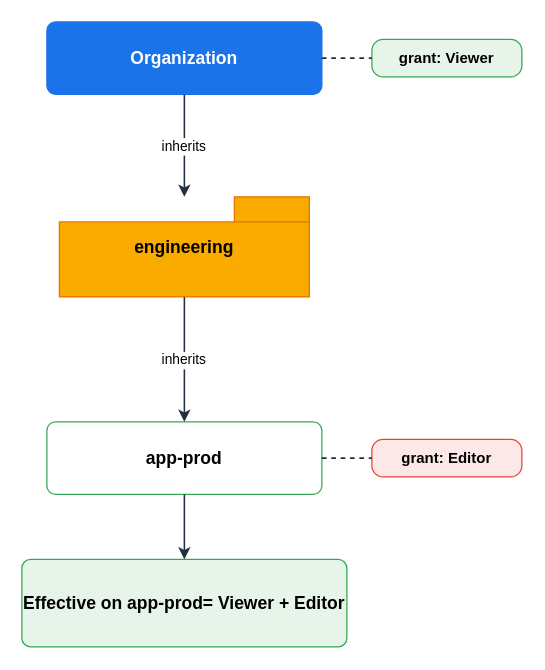
Above: assets/img/gcp/gcp-iam-inheritance.drawio in KKamJi98/kkamji98.github.io (draw.io), before the change. Source tidied: cells renumbered, new cells numbered last; positions are measured from the earlier drawing's top-left corner, leaving out a move shared by most shapes. Both pictures are drawn from the tidied source at 125%, with x=0, y=0 at pixel (21, 21).
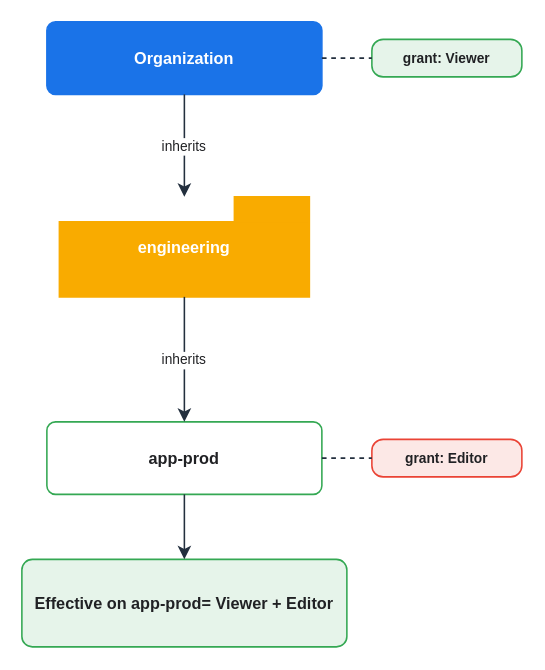
Above is the later version.

What changed in the source:
```diff
@@
 <mxGraphModel background="#FFFFFF">
   <root>
     <mxCell id="0" />
     <mxCell id="1" parent="0" />
-    <mxCell id="2" value="Organization" style="rounded=1;arcSize=12;whiteSpace=wrap;html=0;fillColor=#1A73E8;strokeColor=#1A73E8;fontColor=#FFFFFF;fontSize=14;fontStyle=1;verticalAlign=middle;align=center;" parent="1" vertex="1">
+    <mxCell id="2" value="Organization" style="rounded=1;arcSize=12;whiteSpace=wrap;html=0;fillColor=#1A73E8;strokeColor=#1A73E8;fontColor=#FFFFFF;fontSize=13;fontStyle=1;verticalAlign=middle;align=center;strokeWidth=1.25;" parent="1" vertex="1">
       <mxGeometry x="20" width="220" height="58" as="geometry" />
     </mxCell>
-    <mxCell id="3" value="grant: Viewer" style="rounded=1;arcSize=30;whiteSpace=wrap;html=0;fillColor=#E6F4EA;strokeColor=#34A853;fontColor=#000000;fontSize=12;fontStyle=1;verticalAlign=middle;align=center;" parent="1" vertex="1">
+    <mxCell id="3" value="grant: Viewer" style="rounded=1;arcSize=30;whiteSpace=wrap;html=0;fillColor=#E6F4EA;strokeColor=#34A853;fontColor=#202124;fontSize=11;fontStyle=1;verticalAlign=middle;align=center;strokeWidth=1.25;" parent="1" vertex="1">
       <mxGeometry x="280" y="14" width="120" height="30" as="geometry" />
     </mxCell>
-    <mxCell id="4" value="engineering" style="shape=folder;html=0;whiteSpace=wrap;fillColor=#F9AB00;strokeColor=#E37400;fontColor=#000000;fontSize=14;fontStyle=1;verticalAlign=middle;align=center;" parent="1" vertex="1">
+    <mxCell id="4" value="engineering" style="shape=folder;html=0;whiteSpace=wrap;fillColor=#F9AB00;strokeColor=#F9AB00;fontColor=#FFFFFF;fontSize=13;fontStyle=1;verticalAlign=middle;align=center;strokeWidth=1.25;" parent="1" vertex="1">
       <mxGeometry x="30" y="140" width="200" height="80" as="geometry" />
     </mxCell>
-    <mxCell id="5" value="app-prod" style="rounded=1;arcSize=12;whiteSpace=wrap;html=0;fillColor=#FFFFFF;strokeColor=#34A853;fontColor=#000000;fontSize=14;fontStyle=1;verticalAlign=middle;align=center;" parent="1" vertex="1">
+    <mxCell id="5" value="app-prod" style="rounded=1;arcSize=12;whiteSpace=wrap;html=0;fillColor=#FFFFFF;strokeColor=#34A853;fontColor=#202124;fontSize=13;fontStyle=1;verticalAlign=middle;align=center;strokeWidth=1.25;" parent="1" vertex="1">
       <mxGeometry x="20" y="320" width="220" height="58" as="geometry" />
     </mxCell>
-    <mxCell id="6" value="grant: Editor" style="rounded=1;arcSize=30;whiteSpace=wrap;html=0;fillColor=#FCE8E6;strokeColor=#EA4335;fontColor=#000000;fontSize=12;fontStyle=1;verticalAlign=middle;align=center;" parent="1" vertex="1">
+    <mxCell id="6" value="grant: Editor" style="rounded=1;arcSize=30;whiteSpace=wrap;html=0;fillColor=#FCE8E6;strokeColor=#EA4335;fontColor=#202124;fontSize=11;fontStyle=1;verticalAlign=middle;align=center;strokeWidth=1.25;" parent="1" vertex="1">
       <mxGeometry x="280" y="334" width="120" height="30" as="geometry" />
     </mxCell>
-    <mxCell id="7" value="Effective on app-prod= Viewer + Editor" style="rounded=1;arcSize=10;whiteSpace=wrap;html=0;fillColor=#E6F4EA;strokeColor=#34A853;fontColor=#000000;fontSize=14;fontStyle=1;verticalAlign=middle;align=center;" parent="1" vertex="1">
+    <mxCell id="7" value="Effective on app-prod= Viewer + Editor" style="rounded=1;arcSize=12;whiteSpace=wrap;html=0;fillColor=#E6F4EA;strokeColor=#34A853;fontColor=#202124;fontSize=13;fontStyle=1;verticalAlign=middle;align=center;strokeWidth=1.25;" parent="1" vertex="1">
       <mxGeometry y="430" width="260" height="70" as="geometry" />
     </mxCell>
-    <mxCell id="8" style="edgeStyle=orthogonalEdgeStyle;html=0;rounded=0;strokeColor=#232F3E;strokeWidth=1.25;fontColor=#000000;endArrow=none;dashed=1;exitX=1;exitY=0.5;exitDx=0;exitDy=0;entryX=0;entryY=0.5;entryDx=0;entryDy=0;" parent="1" edge="1" source="2" target="3">
+    <mxCell id="8" style="edgeStyle=orthogonalEdgeStyle;html=0;rounded=0;strokeColor=#232F3E;strokeWidth=1.25;fontColor=#202124;endArrow=none;dashed=1;exitX=1;exitY=0.5;exitDx=0;exitDy=0;entryX=0;entryY=0.5;entryDx=0;entryDy=0;" parent="1" edge="1" source="2" target="3">
       <mxGeometry relative="1" as="geometry" />
     </mxCell>
-    <mxCell id="9" style="edgeStyle=orthogonalEdgeStyle;html=0;rounded=0;strokeColor=#232F3E;strokeWidth=1.25;fontColor=#000000;endArrow=none;dashed=1;exitX=1;exitY=0.5;exitDx=0;exitDy=0;entryX=0;entryY=0.5;entryDx=0;entryDy=0;" parent="1" edge="1" source="5" target="6">
+    <mxCell id="9" style="edgeStyle=orthogonalEdgeStyle;html=0;rounded=0;strokeColor=#232F3E;strokeWidth=1.25;fontColor=#202124;endArrow=none;dashed=1;exitX=1;exitY=0.5;exitDx=0;exitDy=0;entryX=0;entryY=0.5;entryDx=0;entryDy=0;" parent="1" edge="1" source="5" target="6">
       <mxGeometry relative="1" as="geometry" />
     </mxCell>
-    <mxCell id="10" value="inherits" style="edgeStyle=orthogonalEdgeStyle;html=0;rounded=0;strokeColor=#232F3E;strokeWidth=1.25;fontColor=#000000;labelBackgroundColor=#FFFFFF;endArrow=classic;exitX=0.5;exitY=1;exitDx=0;exitDy=0;entryX=0.5;entryY=0;entryDx=0;entryDy=0;" parent="1" edge="1" source="2" target="4">
+    <mxCell id="10" value="inherits" style="edgeStyle=orthogonalEdgeStyle;html=0;rounded=0;strokeColor=#232F3E;strokeWidth=1.25;fontColor=#202124;labelBackgroundColor=#FFFFFF;endArrow=classic;exitX=0.5;exitY=1;exitDx=0;exitDy=0;entryX=0.5;entryY=0;entryDx=0;entryDy=0;endSize=7;" parent="1" edge="1" source="2" target="4">
       <mxGeometry relative="1" as="geometry" />
     </mxCell>
-    <mxCell id="11" value="inherits" style="edgeStyle=orthogonalEdgeStyle;html=0;rounded=0;strokeColor=#232F3E;strokeWidth=1.25;fontColor=#000000;labelBackgroundColor=#FFFFFF;endArrow=classic;exitX=0.5;exitY=1;exitDx=0;exitDy=0;entryX=0.5;entryY=0;entryDx=0;entryDy=0;" parent="1" edge="1" source="4" target="5">
+    <mxCell id="11" value="inherits" style="edgeStyle=orthogonalEdgeStyle;html=0;rounded=0;strokeColor=#232F3E;strokeWidth=1.25;fontColor=#202124;labelBackgroundColor=#FFFFFF;endArrow=classic;exitX=0.5;exitY=1;exitDx=0;exitDy=0;entryX=0.5;entryY=0;entryDx=0;entryDy=0;endSize=7;" parent="1" edge="1" source="4" target="5">
       <mxGeometry relative="1" as="geometry" />
     </mxCell>
-    <mxCell id="12" style="edgeStyle=orthogonalEdgeStyle;html=0;rounded=0;strokeColor=#232F3E;strokeWidth=1.25;fontColor=#000000;endArrow=classic;exitX=0.5;exitY=1;exitDx=0;exitDy=0;entryX=0.5;entryY=0;entryDx=0;entryDy=0;" parent="1" edge="1" source="5" target="7">
+    <mxCell id="12" style="edgeStyle=orthogonalEdgeStyle;html=0;rounded=0;strokeColor=#232F3E;strokeWidth=1.25;fontColor=#202124;endArrow=classic;exitX=0.5;exitY=1;exitDx=0;exitDy=0;entryX=0.5;entryY=0;entryDx=0;entryDy=0;endSize=7;" parent="1" edge="1" source="5" target="7">
       <mxGeometry relative="1" as="geometry" />
     </mxCell>
   </root>
 </mxGraphModel>
```
